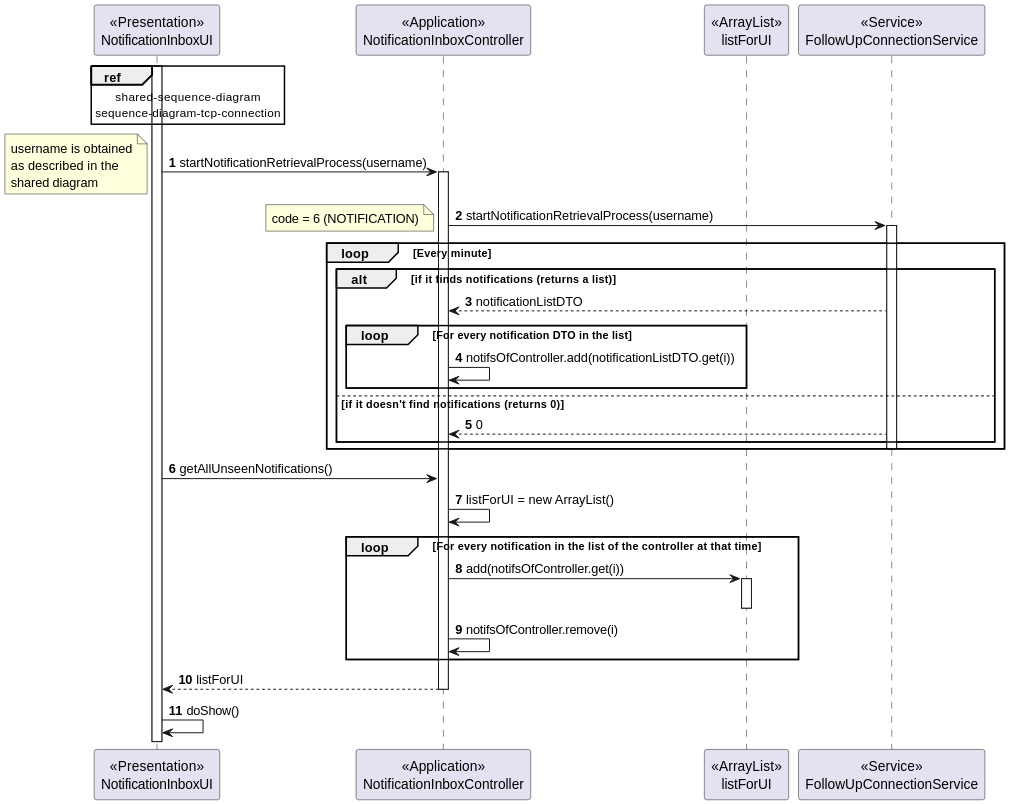
Before: docs/sprint-c/us_3001/US3001_SD/US3001_SD_Candidate_App.svg, a diagram exported from PlantUML (rita-barbosa/LAPR4-2324).
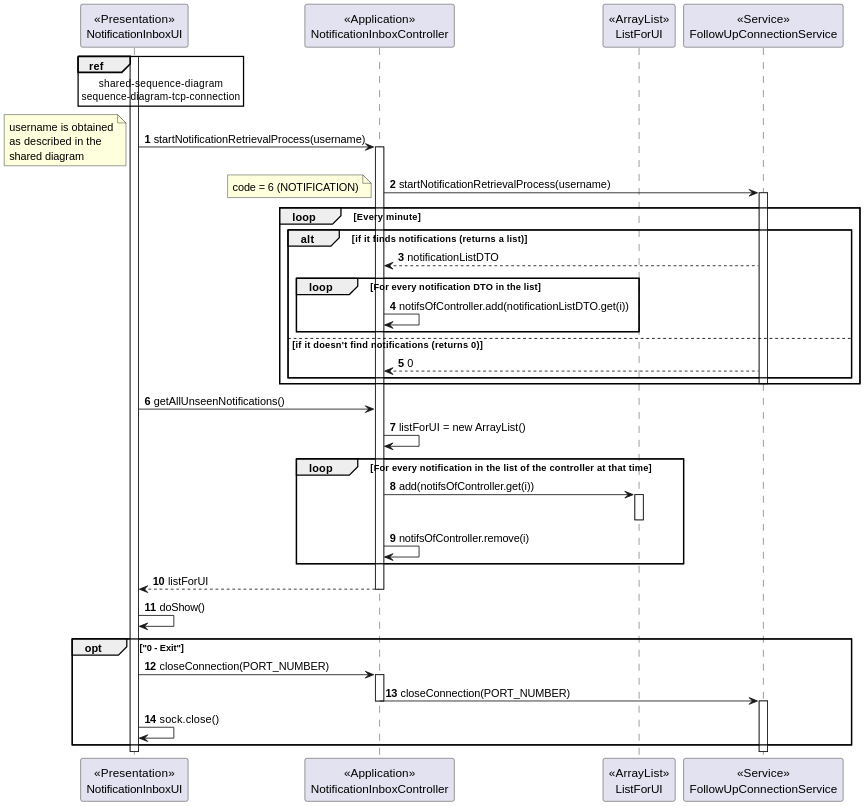
Later version of the same file.

Commit message:
docs: Updated SD [Perspective of Candidate Application] of US 3001.

[#191]

The edit, as a diff of the source:
```diff
@@ -3,7 +3,7 @@
 autonumber
 participant "<<Presentation>>\nNotificationInboxUI" as UI
 participant "<<Application>>\nNotificationInboxController" as CTRL
-participant "<<ArrayList>>\nlistForUI" as LIST
+participant "<<ArrayList>>\nListForUI" as LIST
 participant "<<Service>>\nFollowUpConnectionService" as SER
 
 activate UI
@@ -74,4 +74,18 @@
     deactivate CTRL
 
         UI -> UI : doShow()
+
+    opt "0 - Exit"
+
+    UI -> CTRL : closeConnection(PORT_NUMBER)
+    activate CTRL
+
+    CTRL -> SER : closeConnection(PORT_NUMBER)
+    deactivate CTRL
+    activate SER
+
+    autonumber resume
+
+    UI -> UI : sock.close()
+    end opt
 @enduml
```
